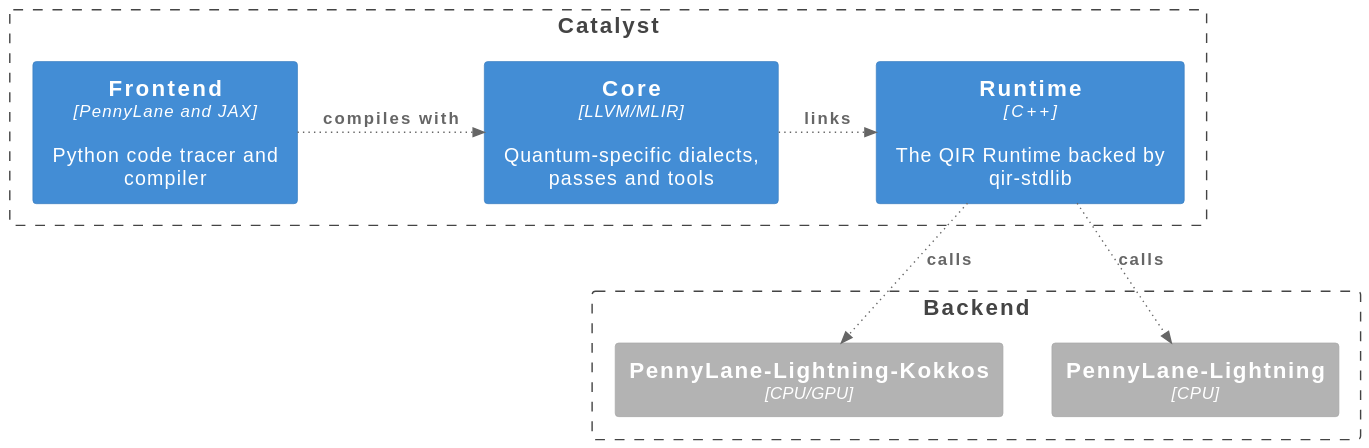
Before: doc/_static/arch/overview.svg, a diagram exported from PlantUML (PennyLaneAI/catalyst).
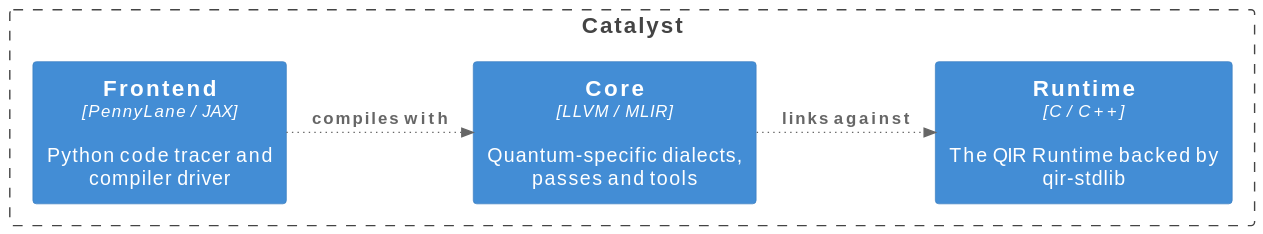
The same diagram one commit later.

What changed in the source:
```diff
@@ -7,26 +7,14 @@
 
 Boundary(c1, "Catalyst", $link="https://github.com/plantuml-stdlib/C4-PlantUML") {
 
-  Container(_tracer_, "Frontend", "PennyLane and JAX", "Python code tracer and compiler")
-  Container(_qopt_, "Core", "LLVM/MLIR", "Quantum-specific dialects, passes and tools")
+  Container(_tracer_, "Frontend", "PennyLane / JAX", "Python code tracer and compiler driver")
 
-  Container(_catalyst_runtime_, "Runtime", "C++", "The QIR Runtime backed by qir-stdlib")
-}
+  Container(_qopt_, "Core", "LLVM / MLIR", "Quantum-specific dialects, passes and tools")
 
-Boundary(c2, "Backend", $link="https://github.com/plantuml-stdlib/C4-PlantUML") {
-
-  Container_Ext(_pl_lightning_kokkos_, "PennyLane-Lightning-Kokkos", "CPU/GPU")
-
-  Container_Ext(_pl_lightning_, "PennyLane-Lightning", "CPU")
-
+  Container(_catalyst_runtime_, "Runtime", "C / C++", "The QIR Runtime backed by qir-stdlib")
 }
 
 Rel_R(_tracer_, _qopt_, "compiles with", "", $tags="action")
 
-Rel_R(_qopt_, _catalyst_runtime_, "links", "", $tags="action")
-
-Rel(_catalyst_runtime_, _pl_lightning_kokkos_, "calls", "", $tags="action")
-
-Rel(_catalyst_runtime_, _pl_lightning_, "calls", "", $tags="action")
-
+Rel_R(_qopt_, _catalyst_runtime_, "links against", "", $tags="action")
 @enduml
```
